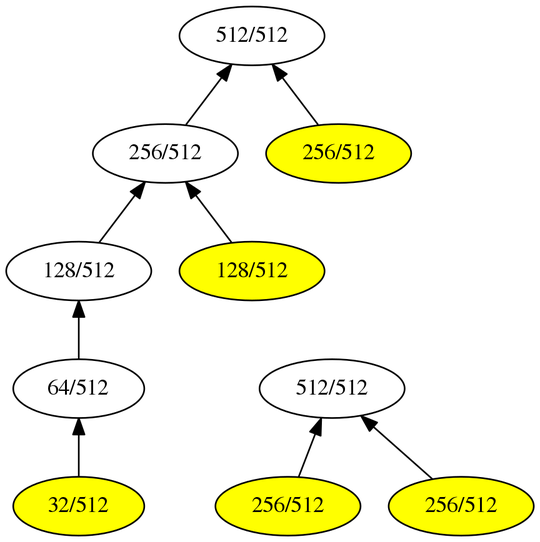
Earlier version of the Graphviz export GuiTool/image/Remia/RemiaHeapDot.png (iitramar/guiTool). Its source is kept beside it as GuiTool/image/Remia/RemiaHeapDot.dot.
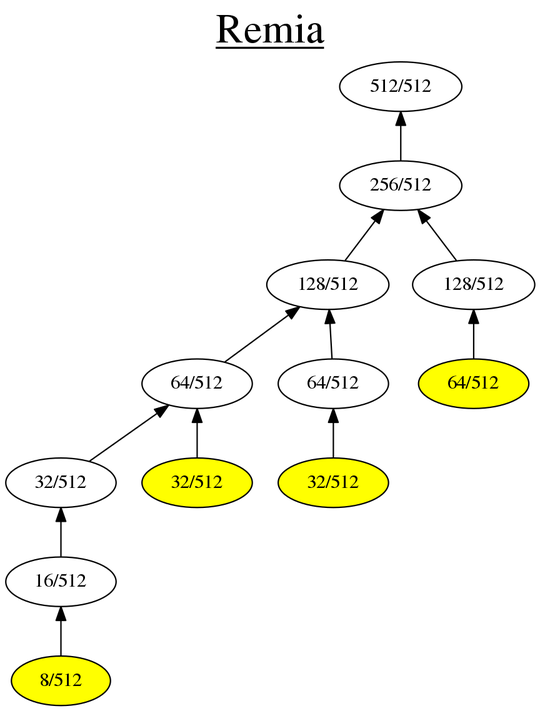
The same file after the commit.

The edit, as a diff of the source:
```diff
@@ -1,26 +1,31 @@
 digraph G {
 rankdir = BT;
+graph [label= <<u>Remia</u>> , labelloc=t, fontsize=30];
 101[label= " 512/512 " ];
 202[label= " 256/512 " ];
 202->101
-203[label= " 256/512 " ];
-203->101
 404[label= " 128/512 " ];
 404->202
 405[label= " 128/512 " ];
 405->202
 808[label= " 64/512 " ];
 808->404
+809[label= " 64/512 " ];
+809->404
 1616[label= " 32/512 " ];
 1616->808
-1616[style=filled, fillcolor=yellow];
-405[style=filled, fillcolor=yellow];
-203[style=filled, fillcolor=yellow];
-201[label= " 512/512 " ];
-402[label= " 256/512 " ];
-402->201
-403[label= " 256/512 " ];
-403->201
-402[style=filled, fillcolor=yellow];
-403[style=filled, fillcolor=yellow];
+1617[label= " 32/512 " ];
+1617->808
+3232[label= " 16/512 " ];
+3232->1616
+6464[label= " 8/512 " ];
+6464->3232
+6464[style=filled, fillcolor=yellow];
+1617[style=filled, fillcolor=yellow];
+1618[label= " 32/512 " ];
+1618->809
+1618[style=filled, fillcolor=yellow];
+810[label= " 64/512 " ];
+810->405
+810[style=filled, fillcolor=yellow];
 }
```
